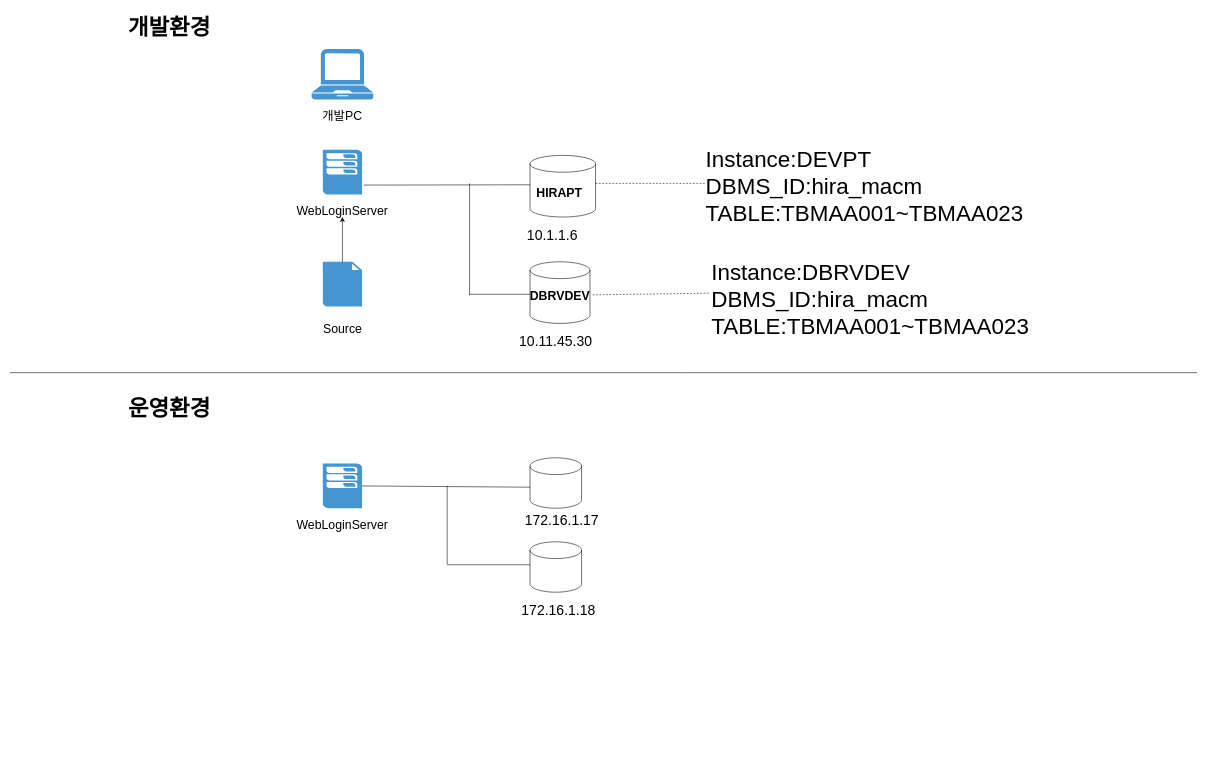
The draw.io diagram Untitled Diagram.drawio in jaeminLee524/web1, before the edit. Source tidied: cells renumbered, new cells numbered last; positions are measured from the earlier drawing's top-left corner, leaving out a move shared by most shapes. Both pictures are drawn from the tidied source at 56%, with x=0, y=0 at pixel (10, 10).
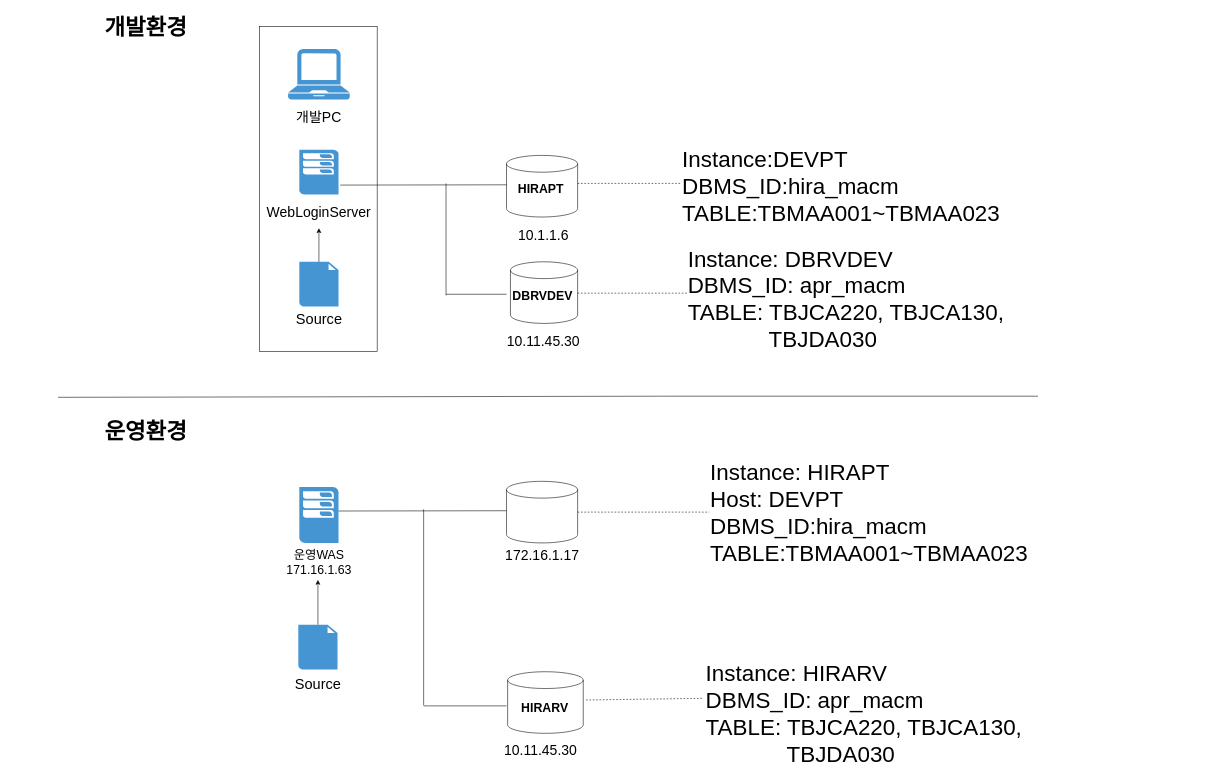
The same page after the edit.

Commit message:
의료급여사례관리사업지원단_구성도

The edit, as a diff of the source:
```diff
@@
     <mxCell id="2" style="shape=cylinder3;whiteSpace=wrap;html=1;boundedLbl=1;backgroundOutline=1;size=15;fontSize=22;spacing=2;verticalAlign=top;" parent="1" vertex="1">
-      <mxGeometry x="929" y="260" width="117" height="110" as="geometry" />
+      <mxGeometry x="887" y="260" width="127" height="110" as="geometry" />
     </mxCell>
     <mxCell id="3" style="shape=cylinder3;whiteSpace=wrap;html=1;boundedLbl=1;backgroundOutline=1;size=15;fontSize=22;spacing=2;verticalAlign=top;" parent="1" vertex="1">
-      <mxGeometry x="929" y="450" width="107" height="110" as="geometry" />
+      <mxGeometry x="894" y="450" width="120" height="110" as="geometry" />
     </mxCell>
     <mxCell id="4" style="shape=cylinder3;whiteSpace=wrap;html=1;boundedLbl=1;backgroundOutline=1;size=15;fontSize=22;spacing=2;verticalAlign=top;" parent="1" vertex="1">
-      <mxGeometry x="929" y="800" width="92" height="90" as="geometry" />
+      <mxGeometry x="887" y="842" width="127" height="110" as="geometry" />
     </mxCell>
-    <mxCell id="5" style="shape=cylinder3;whiteSpace=wrap;html=1;boundedLbl=1;backgroundOutline=1;size=15;fontSize=22;spacing=2;verticalAlign=top;" parent="1" vertex="1">
-      <mxGeometry x="929" y="950" width="92" height="90" as="geometry" />
-    </mxCell>
     <mxCell id="6" style="endArrow=none;html=1;fontSize=22;spacing=2;verticalAlign=top;" parent="1" edge="1">
       <mxGeometry relative="1" as="geometry">
-        <mxPoint y="648" as="sourcePoint" />
-        <mxPoint x="2120" y="648" as="targetPoint" />
+        <mxPoint x="86" y="692" as="sourcePoint" />
+        <mxPoint x="1836" y="690" as="targetPoint" />
         <Array as="points">
-          <mxPoint x="1210" y="648" />
+          <mxPoint x="1168" y="690" />
         </Array>
       </mxGeometry>
     </mxCell>
     <mxCell id="7" style="shadow=0;dashed=0;html=1;strokeColor=none;fillColor=#4495D1;labelPosition=center;verticalLabelPosition=bottom;verticalAlign=top;align=center;shape=mxgraph.veeam.laptop;fontSize=22;spacing=2;" parent="1" vertex="1">
-      <mxGeometry x="539" y="70" width="110" height="90" as="geometry" />
+      <mxGeometry x="497" y="70" width="110" height="90" as="geometry" />
     </mxCell>
     <mxCell id="8" style="shadow=0;dashed=0;html=1;strokeColor=none;fillColor=#4495D1;labelPosition=center;verticalLabelPosition=bottom;verticalAlign=top;align=center;shape=mxgraph.veeam.2d.esx_esxi;fontSize=22;spacing=2;" parent="1" vertex="1">
-      <mxGeometry x="559" y="250" width="70" height="80" as="geometry" />
+      <mxGeometry x="517" y="250" width="70" height="80" as="geometry" />
     </mxCell>
-    <mxCell id="9" value="&lt;font style=&quot;font-size: 22px;&quot;&gt;개발PC&lt;/font&gt;" style="text;html=1;strokeColor=none;fillColor=none;align=center;verticalAlign=top;whiteSpace=wrap;rounded=0;fontSize=22;spacing=2;" parent="1" vertex="1">
-      <mxGeometry x="549" y="170" width="90" height="40" as="geometry" />
+    <mxCell id="9" value="&lt;font style=&quot;font-size: 25px;&quot;&gt;개발PC&lt;/font&gt;" style="text;html=1;strokeColor=none;fillColor=none;align=center;verticalAlign=top;whiteSpace=wrap;rounded=0;fontSize=25;spacing=2;" parent="1" vertex="1">
+      <mxGeometry x="507" y="170" width="90" height="40" as="geometry" />
     </mxCell>
-    <mxCell id="10" value="WebLoginServer" style="text;html=1;strokeColor=none;fillColor=none;align=center;verticalAlign=top;whiteSpace=wrap;rounded=0;fontSize=22;spacing=2;" parent="1" vertex="1">
-      <mxGeometry x="494" y="340" width="200" height="40" as="geometry" />
+    <mxCell id="10" value="WebLoginServer" style="text;html=1;strokeColor=none;fillColor=none;align=center;verticalAlign=top;whiteSpace=wrap;rounded=0;fontSize=25;spacing=2;" parent="1" vertex="1">
+      <mxGeometry x="452" y="340" width="200" height="40" as="geometry" />
     </mxCell>
     <mxCell id="11" style="shadow=0;dashed=0;html=1;strokeColor=none;fillColor=#4495D1;labelPosition=center;verticalLabelPosition=bottom;verticalAlign=top;align=center;outlineConnect=0;shape=mxgraph.veeam.2d.file;fontSize=22;spacing=2;" parent="1" vertex="1">
-      <mxGeometry x="559" y="450" width="70" height="80" as="geometry" />
+      <mxGeometry x="517" y="450" width="70" height="80" as="geometry" />
     </mxCell>
-    <mxCell id="12" value="Source" style="text;html=1;strokeColor=none;fillColor=none;align=center;verticalAlign=top;whiteSpace=wrap;rounded=0;fontSize=22;spacing=2;" parent="1" vertex="1">
-      <mxGeometry x="550.8" y="550" width="86.5" height="30" as="geometry" />
-    </mxCell>
     <mxCell id="13" value="&lt;font style=&quot;font-size: 40px;&quot;&gt;개발환경&lt;/font&gt;" style="text;html=1;strokeColor=none;fillColor=none;align=center;verticalAlign=top;whiteSpace=wrap;rounded=0;fontSize=40;fontStyle=1;spacing=2;" parent="1" vertex="1">
-      <mxGeometry x="180" width="210" height="60" as="geometry" />
+      <mxGeometry x="138" width="210" height="60" as="geometry" />
     </mxCell>
     <mxCell id="14" value="&lt;font style=&quot;font-size: 40px;&quot;&gt;운영환경&lt;/font&gt;" style="text;html=1;strokeColor=none;fillColor=none;align=center;verticalAlign=top;whiteSpace=wrap;rounded=0;fontSize=40;fontStyle=1;spacing=2;" parent="1" vertex="1">
-      <mxGeometry x="180" y="680" width="210" height="60" as="geometry" />
+      <mxGeometry x="138" y="722" width="210" height="60" as="geometry" />
     </mxCell>
     <mxCell id="15" style="shadow=0;dashed=0;html=1;strokeColor=none;fillColor=#4495D1;labelPosition=center;verticalLabelPosition=bottom;verticalAlign=top;align=center;outlineConnect=0;shape=mxgraph.veeam.2d.esx_esxi;fontSize=22;spacing=2;" parent="1" vertex="1">
-      <mxGeometry x="559" y="810" width="70" height="80" as="geometry" />
+      <mxGeometry x="517" y="852" width="70" height="100" as="geometry" />
     </mxCell>
-    <mxCell id="16" value="WebLoginServer" style="text;html=1;strokeColor=none;fillColor=none;align=center;verticalAlign=top;whiteSpace=wrap;rounded=0;fontSize=22;spacing=2;" parent="1" vertex="1">
-      <mxGeometry x="494" y="900" width="200" height="40" as="geometry" />
+    <mxCell id="16" value="운영WAS&lt;br&gt;171.16.1.63&lt;br&gt;" style="text;html=1;strokeColor=none;fillColor=none;align=center;verticalAlign=top;whiteSpace=wrap;rounded=0;fontSize=22;spacing=2;" parent="1" vertex="1">
+      <mxGeometry x="451" y="955" width="203" height="57" as="geometry" />
     </mxCell>
     <mxCell id="17" style="endArrow=classic;html=1;fontSize=22;spacing=2;verticalAlign=top;" parent="1" edge="1" source="11">
       <mxGeometry relative="1" as="geometry">
-        <mxPoint x="594" y="370" as="targetPoint" />
+        <mxPoint x="552" y="390" as="targetPoint" />
       </mxGeometry>
     </mxCell>
-    <mxCell id="18" style="endArrow=none;html=1;fontSize=22;entryX=0;entryY=0;entryDx=0;entryDy=52.5;entryPerimeter=0;spacing=2;verticalAlign=top;" parent="1" edge="1" source="15" target="4">
-      <mxGeometry relative="1" as="geometry" />
+    <mxCell id="18" style="endArrow=none;html=1;fontSize=22;entryX=0;entryY=0;entryDx=0;entryDy=52.5;entryPerimeter=0;spacing=2;verticalAlign=top;" parent="1" edge="1" target="4">
+      <mxGeometry relative="1" as="geometry">
+        <mxPoint x="587" y="895" as="sourcePoint" />
+      </mxGeometry>
     </mxCell>
     <mxCell id="19" style="endArrow=none;html=1;fontSize=22;spacing=2;verticalAlign=top;" parent="1" edge="1">
       <mxGeometry relative="1" as="geometry">
-        <mxPoint x="781" y="990" as="sourcePoint" />
-        <mxPoint x="781" y="850" as="targetPoint" />
+        <mxPoint x="739" y="1242" as="sourcePoint" />
+        <mxPoint x="739" y="892" as="targetPoint" />
       </mxGeometry>
     </mxCell>
-    <mxCell id="20" style="endArrow=none;html=1;fontSize=22;exitX=0;exitY=0;exitDx=0;exitDy=52.5;exitPerimeter=0;spacing=2;verticalAlign=top;" parent="1" edge="1">
-      <mxGeometry relative="1" as="geometry">
-        <mxPoint x="929" y="991" as="sourcePoint" />
-        <mxPoint x="781" y="991" as="targetPoint" />
-      </mxGeometry>
-    </mxCell>
     <mxCell id="21" style="endArrow=none;html=1;fontSize=22;entryX=0;entryY=0;entryDx=0;entryDy=52.5;entryPerimeter=0;spacing=2;verticalAlign=top;" parent="1" edge="1" target="2">
       <mxGeometry relative="1" as="geometry">
-        <mxPoint x="632" y="313" as="sourcePoint" />
+        <mxPoint x="590" y="313" as="sourcePoint" />
       </mxGeometry>
     </mxCell>
     <mxCell id="22" style="endArrow=none;html=1;fontSize=22;spacing=2;verticalAlign=top;" parent="1" edge="1">
       <mxGeometry relative="1" as="geometry">
-        <mxPoint x="821" y="510" as="sourcePoint" />
-        <mxPoint x="821" y="310" as="targetPoint" />
+        <mxPoint x="779" y="510" as="sourcePoint" />
+        <mxPoint x="779" y="310" as="targetPoint" />
       </mxGeometry>
     </mxCell>
     <mxCell id="23" style="endArrow=none;html=1;fontSize=22;entryX=0;entryY=0.5;entryDx=0;entryDy=0;entryPerimeter=0;spacing=2;verticalAlign=top;" parent="1" edge="1">
       <mxGeometry relative="1" as="geometry">
-        <mxPoint x="821" y="508" as="sourcePoint" />
-        <mxPoint x="929" y="508" as="targetPoint" />
+        <mxPoint x="779" y="508" as="sourcePoint" />
+        <mxPoint x="887" y="508" as="targetPoint" />
       </mxGeometry>
     </mxCell>
     <mxCell id="24" value="HIRAPT" style="text;strokeColor=none;fillColor=none;html=1;fontSize=22;fontStyle=1;verticalAlign=top;align=center;spacing=2;" parent="1" vertex="1">
-      <mxGeometry x="931" y="307" width="100" height="40" as="geometry" />
+      <mxGeometry x="898" y="301" width="100" height="40" as="geometry" />
     </mxCell>
     <mxCell id="25" value="DBRVDEV" style="text;strokeColor=none;fillColor=none;html=1;fontSize=22;fontStyle=1;verticalAlign=top;align=center;spacing=2;" parent="1" vertex="1">
-      <mxGeometry x="932" y="491" width="100" height="40" as="geometry" />
+      <mxGeometry x="901" y="491" width="100" height="40" as="geometry" />
     </mxCell>
     <mxCell id="26" value="172.16.1.17" style="text;html=1;strokeColor=none;fillColor=none;align=center;verticalAlign=top;whiteSpace=wrap;rounded=0;fontSize=25;spacing=2;" parent="1" vertex="1">
-      <mxGeometry x="886" y="890" width="200" height="40" as="geometry" />
+      <mxGeometry x="851" y="952" width="200" height="40" as="geometry" />
     </mxCell>
-    <mxCell id="27" value="172.16.1.18" style="text;html=1;strokeColor=none;fillColor=none;align=center;verticalAlign=top;whiteSpace=wrap;rounded=0;fontSize=25;spacing=2;" parent="1" vertex="1">
-      <mxGeometry x="880" y="1050" width="200" height="40" as="geometry" />
-    </mxCell>
     <mxCell id="28" value="Instance:DEVPT&lt;br&gt;DBMS_ID:hira_macm&lt;br&gt;TABLE:TBMAA001~TBMAA023&lt;br&gt;" style="text;html=1;strokeColor=none;fillColor=none;align=left;verticalAlign=middle;whiteSpace=wrap;rounded=0;fontSize=40;" parent="1" vertex="1">
-      <mxGeometry x="1241" y="229.5" width="570" height="171" as="geometry" />
+      <mxGeometry x="1199" y="229.5" width="570" height="171" as="geometry" />
     </mxCell>
     <mxCell id="29" style="endArrow=none;dashed=1;html=1;fontSize=40;entryX=0;entryY=0.5;entryDx=0;entryDy=0;" parent="1" edge="1">
       <mxGeometry relative="1" as="geometry">
-        <mxPoint x="1046" y="310" as="sourcePoint" />
-        <mxPoint x="1241" y="310" as="targetPoint" />
+        <mxPoint x="1014" y="310" as="sourcePoint" />
+        <mxPoint x="1199" y="310" as="targetPoint" />
       </mxGeometry>
     </mxCell>
-    <mxCell id="30" value="&lt;br&gt;Instance:DBRVDEV&lt;br&gt;DBMS_ID:hira_macm&lt;br&gt;TABLE:TBMAA001~TBMAA023" style="text;html=1;strokeColor=none;fillColor=none;align=left;verticalAlign=middle;whiteSpace=wrap;rounded=0;fontSize=40;" parent="1" vertex="1">
-      <mxGeometry x="1251" y="406.5" width="580" height="171" as="geometry" />
+    <mxCell id="30" value="&lt;br&gt;Instance: DBRVDEV&lt;br&gt;DBMS_ID: apr_macm&lt;br&gt;TABLE: TBJCA220, TBJCA130,&amp;nbsp; &amp;nbsp; &amp;nbsp; &amp;nbsp; &amp;nbsp; &amp;nbsp; &amp;nbsp; &amp;nbsp;TBJDA030" style="text;html=1;strokeColor=none;fillColor=none;align=left;verticalAlign=middle;whiteSpace=wrap;rounded=0;fontSize=40;" parent="1" vertex="1">
+      <mxGeometry x="1209" y="406.5" width="580" height="171" as="geometry" />
     </mxCell>
-    <mxCell id="31" style="endArrow=none;dashed=1;html=1;fontSize=40;entryX=0;entryY=0.5;entryDx=0;entryDy=0;exitX=1;exitY=0.25;exitDx=0;exitDy=0;" parent="1" edge="1">
+    <mxCell id="31" style="endArrow=none;dashed=1;html=1;fontSize=40;entryX=0;entryY=0.5;entryDx=0;entryDy=0;" parent="1" edge="1">
       <mxGeometry relative="1" as="geometry">
-        <mxPoint x="1041" y="509" as="sourcePoint" />
-        <mxPoint x="1251" y="506" as="targetPoint" />
+        <mxPoint x="1014" y="506" as="sourcePoint" />
+        <mxPoint x="1209" y="506" as="targetPoint" />
       </mxGeometry>
     </mxCell>
     <mxCell id="32" value="10.1.1.6" style="text;html=1;strokeColor=none;fillColor=none;align=center;verticalAlign=top;whiteSpace=wrap;rounded=0;fontSize=25;spacing=2;" parent="1" vertex="1">
-      <mxGeometry x="869" y="380" width="200" height="40" as="geometry" />
+      <mxGeometry x="853" y="380" width="200" height="40" as="geometry" />
     </mxCell>
     <mxCell id="33" value="10.11.45.30" style="text;html=1;strokeColor=none;fillColor=none;align=center;verticalAlign=top;whiteSpace=wrap;rounded=0;fontSize=25;spacing=2;" parent="1" vertex="1">
-      <mxGeometry x="875" y="569" width="200" height="40" as="geometry" />
+      <mxGeometry x="853" y="569" width="200" height="40" as="geometry" />
     </mxCell>
+    <mxCell id="34" style="shape=cylinder3;whiteSpace=wrap;html=1;boundedLbl=1;backgroundOutline=1;size=15;fontSize=22;spacing=2;verticalAlign=top;" parent="1" vertex="1">
+      <mxGeometry x="889" y="1182" width="135" height="110" as="geometry" />
+    </mxCell>
+    <mxCell id="35" value="HIRARV" style="text;strokeColor=none;fillColor=none;html=1;fontSize=22;fontStyle=1;verticalAlign=top;align=center;spacing=2;" parent="1" vertex="1">
+      <mxGeometry x="905" y="1228" width="100" height="40" as="geometry" />
+    </mxCell>
+    <mxCell id="36" value="10.11.45.30" style="text;html=1;strokeColor=none;fillColor=none;align=center;verticalAlign=top;whiteSpace=wrap;rounded=0;fontSize=25;spacing=2;" parent="1" vertex="1">
+      <mxGeometry x="848" y="1301" width="200" height="40" as="geometry" />
+    </mxCell>
+    <mxCell id="37" style="endArrow=none;html=1;fontSize=22;exitX=0;exitY=0;exitDx=0;exitDy=52.5;exitPerimeter=0;spacing=2;verticalAlign=top;" parent="1" edge="1">
+      <mxGeometry relative="1" as="geometry">
+        <mxPoint x="887" y="1243" as="sourcePoint" />
+        <mxPoint x="739" y="1243" as="targetPoint" />
+      </mxGeometry>
+    </mxCell>
+    <mxCell id="38" style="shadow=0;dashed=0;html=1;strokeColor=none;fillColor=#4495D1;labelPosition=center;verticalLabelPosition=bottom;verticalAlign=top;align=center;outlineConnect=0;shape=mxgraph.veeam.2d.file;fontSize=22;spacing=2;" parent="1" vertex="1">
+      <mxGeometry x="515.2" y="1098" width="70" height="80" as="geometry" />
+    </mxCell>
+    <mxCell id="39" value="Source" style="text;html=1;strokeColor=none;fillColor=none;align=center;verticalAlign=top;whiteSpace=wrap;rounded=0;fontSize=26;spacing=2;" parent="1" vertex="1">
+      <mxGeometry x="507" y="1182" width="86.5" height="30" as="geometry" />
+    </mxCell>
+    <mxCell id="40" style="endArrow=classic;html=1;fontSize=22;spacing=2;verticalAlign=top;" parent="1" edge="1" source="38">
+      <mxGeometry relative="1" as="geometry">
+        <mxPoint x="550.2" y="1018" as="targetPoint" />
+      </mxGeometry>
+    </mxCell>
+    <mxCell id="41" value="Source" style="text;html=1;strokeColor=none;fillColor=none;align=center;verticalAlign=top;whiteSpace=wrap;rounded=0;fontSize=26;spacing=2;" parent="1" vertex="1">
+      <mxGeometry x="508.8" y="531" width="86.5" height="30" as="geometry" />
+    </mxCell>
+    <mxCell id="42" value="Instance: HIRAPT&lt;br&gt;Host: DEVPT&lt;br&gt;DBMS_ID:hira_macm&lt;br&gt;TABLE:TBMAA001~TBMAA023" style="text;html=1;strokeColor=none;fillColor=none;align=left;verticalAlign=middle;whiteSpace=wrap;rounded=0;fontSize=40;" parent="1" vertex="1">
+      <mxGeometry x="1249" y="811.5" width="570" height="171" as="geometry" />
+    </mxCell>
+    <mxCell id="43" style="endArrow=none;dashed=1;html=1;fontSize=40;entryX=0;entryY=0.5;entryDx=0;entryDy=0;exitX=1;exitY=0.5;exitDx=0;exitDy=0;exitPerimeter=0;" parent="1" edge="1" source="4" target="42">
+      <mxGeometry relative="1" as="geometry" />
+    </mxCell>
+    <mxCell id="44" value="&lt;br&gt;Instance: HIRARV&lt;br&gt;DBMS_ID: apr_macm&lt;br&gt;TABLE: TBJCA220, TBJCA130,&amp;nbsp; &amp;nbsp; &amp;nbsp; &amp;nbsp; &amp;nbsp; &amp;nbsp; &amp;nbsp; &amp;nbsp;TBJDA030" style="text;html=1;strokeColor=none;fillColor=none;align=left;verticalAlign=middle;whiteSpace=wrap;rounded=0;fontSize=40;" parent="1" vertex="1">
+      <mxGeometry x="1240.5" y="1112" width="587" height="240" as="geometry" />
+    </mxCell>
+    <mxCell id="45" style="endArrow=none;dashed=1;html=1;fontSize=40;entryX=0;entryY=0.5;entryDx=0;entryDy=0;exitX=1;exitY=0.25;exitDx=0;exitDy=0;" parent="1" edge="1">
+      <mxGeometry relative="1" as="geometry">
+        <mxPoint x="1029" y="1232.5" as="sourcePoint" />
+        <mxPoint x="1239" y="1229.5" as="targetPoint" />
+      </mxGeometry>
+    </mxCell>
+    <mxCell id="46" style="rounded=0;whiteSpace=wrap;html=1;fontSize=25;labelBackgroundColor=none;fillColor=none;" parent="1" vertex="1">
+      <mxGeometry x="446" y="30" width="210" height="580.5" as="geometry" />
+    </mxCell>
```
